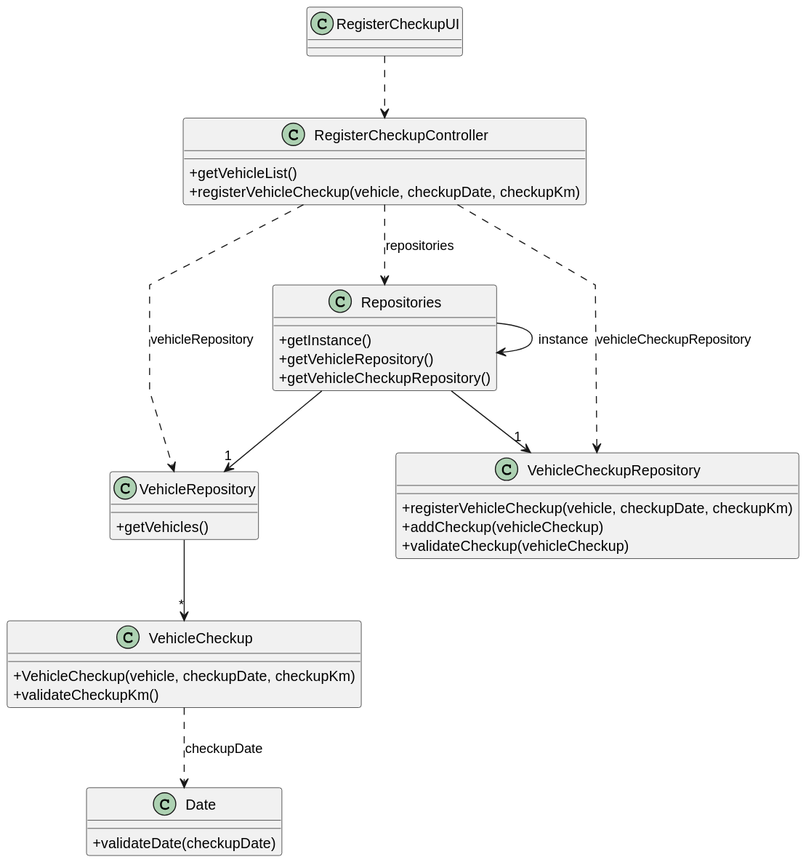
The PlantUML diagram docs/sprintB/us007/03.design/svg/us007-class-diagram.svg in Rui-San/LAPR2_2023_2024, before a commit. Its diagram source:
```plantuml
@startuml
skinparam packageStyle rectangle
skinparam shadowing false
skinparam linetype polyline
skinparam classAttributeIconSize 0

Repositories -> Repositories : instance


Repositories --> "1" VehicleRepository
Repositories --> "1" VehicleCheckupRepository

VehicleRepository --> "*" VehicleCheckup

VehicleCheckup ..> Date : checkupDate
RegisterCheckupController ..> Repositories : repositories
RegisterCheckupUI ..> RegisterCheckupController
RegisterCheckupController ..> VehicleRepository : vehicleRepository
RegisterCheckupController ..> VehicleCheckupRepository : vehicleCheckupRepository

class RegisterCheckupUI {

}

class RegisterCheckupController {
    + getVehicleList()
    + registerVehicleCheckup(vehicle, checkupDate, checkupKm)
}

class Repositories {
    + getInstance()
    + getVehicleRepository()
    + getVehicleCheckupRepository()
}

class VehicleRepository {
    + getVehicles()
}

class VehicleCheckupRepository {
    + registerVehicleCheckup(vehicle, checkupDate, checkupKm)
    + addCheckup(vehicleCheckup)
    + validateCheckup(vehicleCheckup)
}

class VehicleCheckup {
    + VehicleCheckup(vehicle, checkupDate, checkupKm)
    + validateCheckupKm()
}

class Date {
    + validateDate(checkupDate)
}
@enduml
```
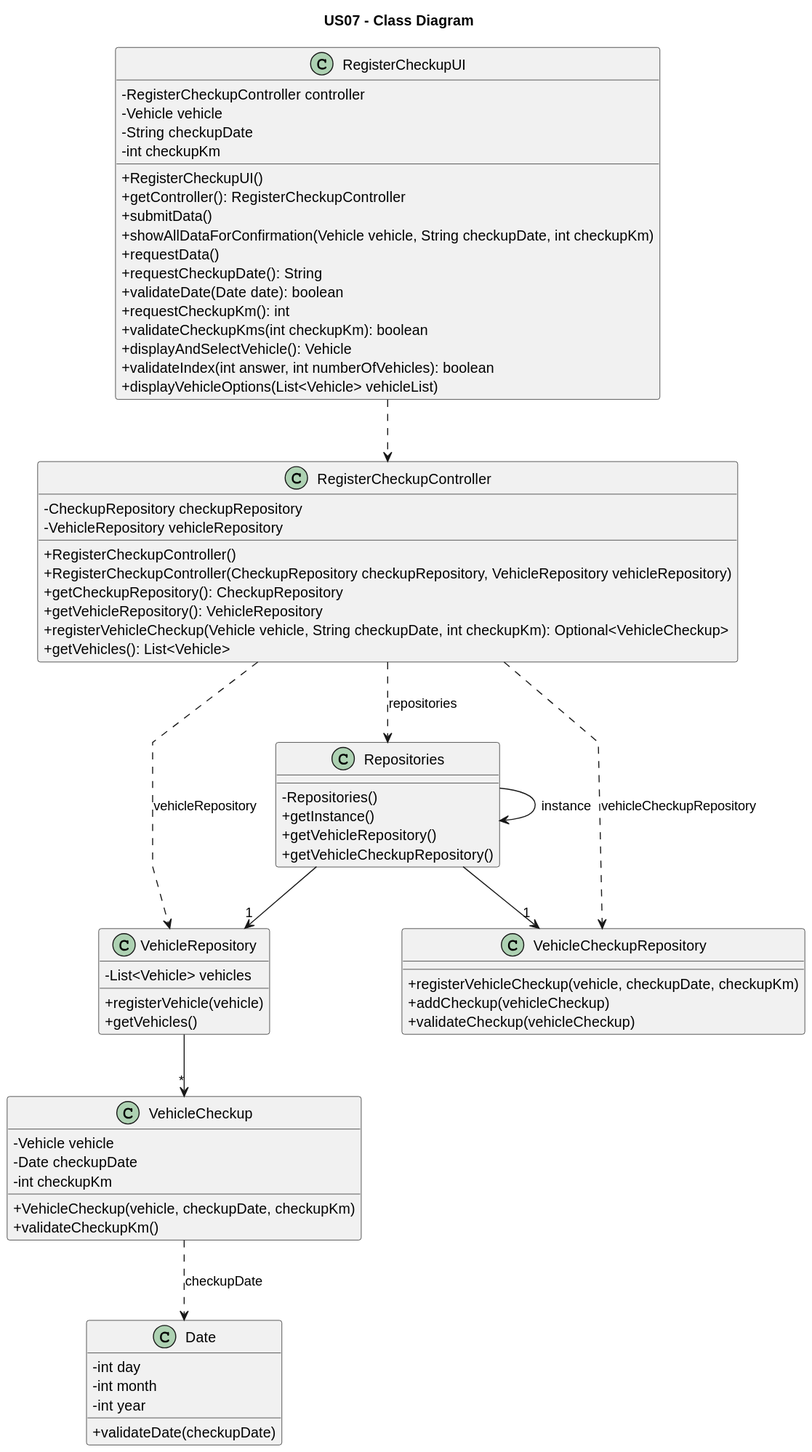
The same file after the commit.

What changed in the source:
```diff
@@ -3,6 +3,8 @@
 skinparam shadowing false
 skinparam linetype polyline
 skinparam classAttributeIconSize 0
+
+Title US07 - Class Diagram
 
 Repositories -> Repositories : instance
 
@@ -19,21 +21,45 @@
 RegisterCheckupController ..> VehicleCheckupRepository : vehicleCheckupRepository
 
 class RegisterCheckupUI {
-
+    -RegisterCheckupController controller
+    -Vehicle vehicle
+    -String checkupDate
+    -int checkupKm
+    +RegisterCheckupUI()
+    +getController(): RegisterCheckupController
+    +submitData()
+    +showAllDataForConfirmation(Vehicle vehicle, String checkupDate, int checkupKm)
+    +requestData()
+    +requestCheckupDate(): String
+    +validateDate(Date date): boolean
+    +requestCheckupKm(): int
+    +validateCheckupKms(int checkupKm): boolean
+    +displayAndSelectVehicle(): Vehicle
+    +validateIndex(int answer, int numberOfVehicles): boolean
+    +displayVehicleOptions(List<Vehicle> vehicleList)
 }
 
 class RegisterCheckupController {
-    + getVehicleList()
-    + registerVehicleCheckup(vehicle, checkupDate, checkupKm)
+    -CheckupRepository checkupRepository
+    -VehicleRepository vehicleRepository
+    +RegisterCheckupController()
+    +RegisterCheckupController(CheckupRepository checkupRepository, VehicleRepository vehicleRepository)
+    +getCheckupRepository(): CheckupRepository
+    +getVehicleRepository(): VehicleRepository
+    +registerVehicleCheckup(Vehicle vehicle, String checkupDate, int checkupKm): Optional<VehicleCheckup>
+    +getVehicles(): List<Vehicle>
 }
 
 class Repositories {
+    -Repositories()
     + getInstance()
     + getVehicleRepository()
     + getVehicleCheckupRepository()
 }
 
 class VehicleRepository {
+    - List<Vehicle> vehicles
+    + registerVehicle(vehicle)
     + getVehicles()
 }
 
@@ -44,11 +70,17 @@
 }
 
 class VehicleCheckup {
+    - Vehicle vehicle
+    - Date checkupDate
+    - int checkupKm
     + VehicleCheckup(vehicle, checkupDate, checkupKm)
     + validateCheckupKm()
 }
 
 class Date {
+    - int day
+    - int month
+    - int year
     + validateDate(checkupDate)
 }
 @enduml
```
